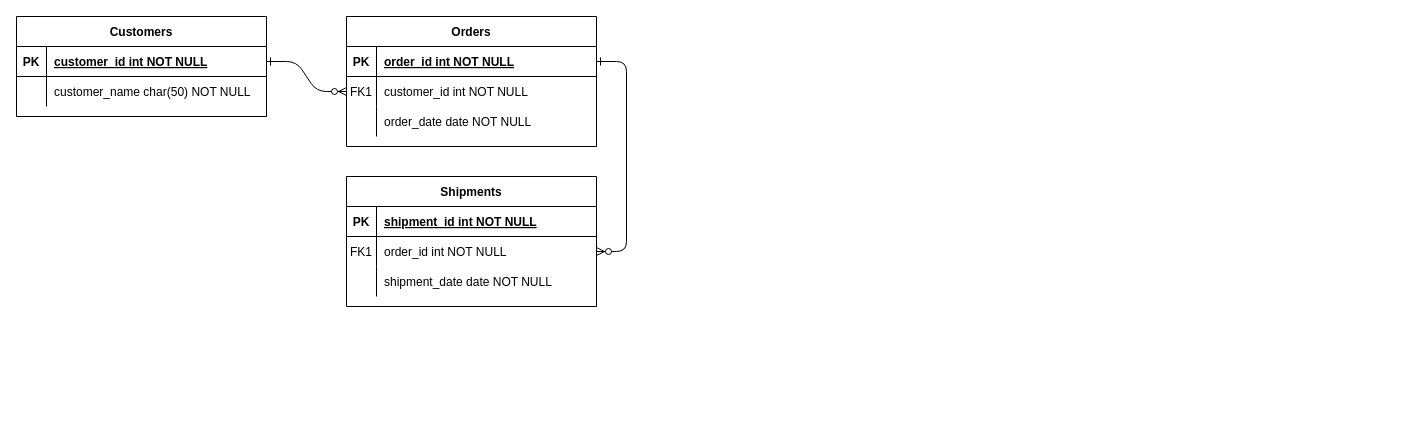
Above: ER-rail.drawio in Lxlorange/drawio (draw.io), before the change. Source tidied: cells renumbered, new cells numbered last; positions are measured from the earlier drawing's top-left corner, leaving out a move shared by most shapes. Both pictures are drawn from the tidied source at 100%, with x=0, y=0 at pixel (16, 16).
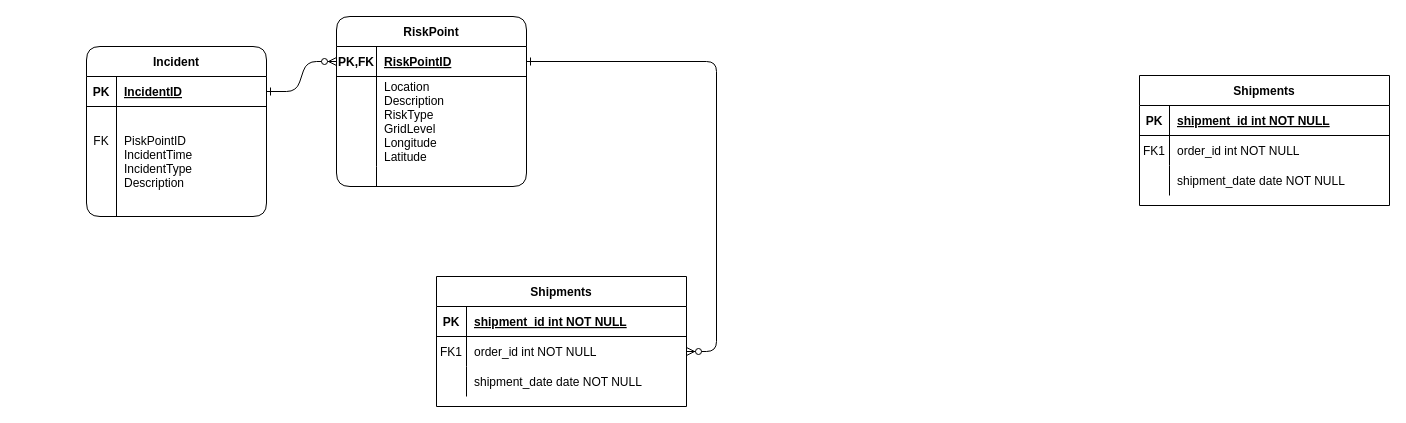
After the change.

What changed in the source:
```diff
@@
-    <mxCell id="2" style="edgeStyle=entityRelationEdgeStyle;endArrow=ERzeroToMany;startArrow=ERone;endFill=1;startFill=0;" parent="1" edge="1" source="25" target="8">
+    <mxCell id="2" style="edgeStyle=entityRelationEdgeStyle;endArrow=ERzeroToMany;startArrow=ERone;endFill=1;startFill=0;" parent="1" edge="1" source="25" target="5">
       <mxGeometry relative="1" as="geometry" />
     </mxCell>
@@
-    <mxCell id="4" value="Orders" style="shape=table;startSize=30;childLayout=tableLayout;rowLines=0;fontStyle=1;align=center;" parent="1" vertex="1">
-      <mxGeometry x="330" width="250" height="130" as="geometry" />
+    <mxCell id="4" value="RiskPoint" style="shape=table;startSize=30;childLayout=tableLayout;rowLines=0;fontStyle=1;align=center;rounded=1;" parent="1" vertex="1">
+      <mxGeometry x="320" width="190" height="170" as="geometry" />
     </mxCell>
     <mxCell id="5" style="shape=partialRectangle;fillColor=none;points=[[0,0.5],[1,0.5]];portConstraint=eastwest;top=0;left=0;right=0;bottom=1;" parent="4" vertex="1">
-      <mxGeometry y="30" width="250" height="30" as="geometry" />
+      <mxGeometry y="30" width="190" height="30" as="geometry" />
     </mxCell>
-    <mxCell id="6" value="PK" style="shape=partialRectangle;overflow=hidden;fillColor=none;top=0;left=0;bottom=0;right=0;fontStyle=1;" parent="5" vertex="1">
-      <mxGeometry width="30" height="30" as="geometry" />
+    <mxCell id="6" value="PK,FK" style="shape=partialRectangle;overflow=hidden;fillColor=none;top=0;left=0;bottom=0;right=0;fontStyle=1;" parent="5" vertex="1">
+      <mxGeometry width="40" height="30" as="geometry" />
     </mxCell>
-    <mxCell id="7" value="order_id int NOT NULL " style="shape=partialRectangle;overflow=hidden;fillColor=none;top=0;left=0;bottom=0;right=0;align=left;spacingLeft=6;fontStyle=5;" parent="5" vertex="1">
-      <mxGeometry x="30" width="220" height="30" as="geometry" />
+    <mxCell id="7" value="RiskPointID" style="shape=partialRectangle;overflow=hidden;fillColor=none;top=0;left=0;bottom=0;right=0;align=left;spacingLeft=6;fontStyle=5;" parent="5" vertex="1">
+      <mxGeometry x="40" width="150" height="30" as="geometry" />
     </mxCell>
     <mxCell id="8" style="shape=partialRectangle;fillColor=none;points=[[0,0.5],[1,0.5]];portConstraint=eastwest;top=0;left=0;right=0;bottom=0;" parent="4" vertex="1">
-      <mxGeometry y="60" width="250" height="30" as="geometry" />
+      <mxGeometry y="60" width="190" height="90" as="geometry" />
     </mxCell>
-    <mxCell id="9" value="FK1" style="shape=partialRectangle;overflow=hidden;fillColor=none;top=0;left=0;bottom=0;right=0;" parent="8" vertex="1">
-      <mxGeometry width="30" height="30" as="geometry" />
+    <mxCell id="9" style="shape=partialRectangle;overflow=hidden;fillColor=none;top=0;left=0;bottom=0;right=0;" parent="8" vertex="1">
+      <mxGeometry width="40" height="90" as="geometry" />
     </mxCell>
-    <mxCell id="10" value="customer_id int NOT NULL" style="shape=partialRectangle;overflow=hidden;fillColor=none;top=0;left=0;bottom=0;right=0;align=left;spacingLeft=6;" parent="8" vertex="1">
-      <mxGeometry x="30" width="220" height="30" as="geometry" />
+    <mxCell id="10" value="Location&#10;Description&#10;RiskType&#10;GridLevel&#10;Longitude&#10;Latitude" style="shape=partialRectangle;overflow=hidden;fillColor=none;top=0;left=0;bottom=0;right=0;align=left;spacingLeft=6;" parent="8" vertex="1">
+      <mxGeometry x="40" width="150" height="90" as="geometry" />
     </mxCell>
     <mxCell id="11" style="shape=partialRectangle;fillColor=none;top=0;left=0;right=0;bottom=0;" parent="4" vertex="1">
-      <mxGeometry y="90" width="250" height="30" as="geometry" />
+      <mxGeometry y="150" width="190" height="20" as="geometry" />
     </mxCell>
     <mxCell id="12" style="shape=partialRectangle;overflow=hidden;fillColor=none;top=0;left=0;bottom=0;right=0;" parent="11" vertex="1">
-      <mxGeometry width="30" height="30" as="geometry" />
+      <mxGeometry width="40" height="20" as="geometry" />
     </mxCell>
-    <mxCell id="13" value="order_date date NOT NULL" style="shape=partialRectangle;overflow=hidden;fillColor=none;top=0;left=0;bottom=0;right=0;align=left;spacingLeft=6;" parent="11" vertex="1">
-      <mxGeometry x="30" width="220" height="30" as="geometry" />
+    <mxCell id="13" style="shape=partialRectangle;overflow=hidden;fillColor=none;top=0;left=0;bottom=0;right=0;align=left;spacingLeft=6;" parent="11" vertex="1">
+      <mxGeometry x="40" width="150" height="20" as="geometry" />
     </mxCell>
     <mxCell id="14" value="Shipments" style="shape=table;startSize=30;childLayout=tableLayout;rowLines=0;fontStyle=1;align=center;" parent="1" vertex="1">
-      <mxGeometry x="330" y="160" width="250" height="130" as="geometry" />
+      <mxGeometry x="420" y="260" width="250" height="130" as="geometry" />
     </mxCell>
@@
-    <mxCell id="24" value="Customers" style="shape=table;startSize=30;childLayout=tableLayout;rowLines=0;fontStyle=1;align=center;" parent="1" vertex="1">
-      <mxGeometry width="250" height="100" as="geometry" />
+    <mxCell id="24" value="Incident" style="shape=table;startSize=30;childLayout=tableLayout;rowLines=0;fontStyle=1;align=center;rounded=1;" parent="1" vertex="1">
+      <mxGeometry x="70" y="30" width="180" height="170" as="geometry" />
     </mxCell>
     <mxCell id="25" style="shape=partialRectangle;fillColor=none;points=[[0,0.5],[1,0.5]];portConstraint=eastwest;top=0;left=0;right=0;bottom=1;" parent="24" vertex="1">
-      <mxGeometry y="30" width="250" height="30" as="geometry" />
+      <mxGeometry y="30" width="180" height="30" as="geometry" />
     </mxCell>
@@
-    <mxCell id="27" value="customer_id int NOT NULL " style="shape=partialRectangle;overflow=hidden;fillColor=none;top=0;left=0;bottom=0;right=0;align=left;spacingLeft=6;fontStyle=5;" parent="25" vertex="1">
-      <mxGeometry x="30" width="220" height="30" as="geometry" />
+    <mxCell id="27" value="IncidentID" style="shape=partialRectangle;overflow=hidden;fillColor=none;top=0;left=0;bottom=0;right=0;align=left;spacingLeft=6;fontStyle=5;" parent="25" vertex="1">
+      <mxGeometry x="30" width="150" height="30" as="geometry" />
     </mxCell>
     <mxCell id="28" style="shape=partialRectangle;fillColor=none;top=0;left=0;right=0;bottom=0;" parent="24" vertex="1">
-      <mxGeometry y="60" width="250" height="30" as="geometry" />
+      <mxGeometry y="60" width="180" height="110" as="geometry" />
     </mxCell>
-    <mxCell id="29" style="shape=partialRectangle;overflow=hidden;fillColor=none;top=0;left=0;bottom=0;right=0;" parent="28" vertex="1">
-      <mxGeometry width="30" height="30" as="geometry" />
+    <mxCell id="29" value="FK&#10;&#10;&#10;" style="shape=partialRectangle;overflow=hidden;fillColor=none;top=0;left=0;bottom=0;right=0;" parent="28" vertex="1">
+      <mxGeometry width="30" height="110" as="geometry" />
     </mxCell>
-    <mxCell id="30" value="customer_name char(50) NOT NULL" style="shape=partialRectangle;overflow=hidden;fillColor=none;top=0;left=0;bottom=0;right=0;align=left;spacingLeft=6;" parent="28" vertex="1">
-      <mxGeometry x="30" width="220" height="30" as="geometry" />
+    <mxCell id="30" value="PiskPointID&#10;IncidentTime&#10;IncidentType&#10;Description" style="shape=partialRectangle;overflow=hidden;fillColor=none;top=0;left=0;bottom=0;right=0;align=left;spacingLeft=6;" parent="28" vertex="1">
+      <mxGeometry x="30" width="150" height="110" as="geometry" />
     </mxCell>
+    <mxCell id="31" value="Shipments" style="shape=table;startSize=30;childLayout=tableLayout;rowLines=0;fontStyle=1;align=center;" parent="1" vertex="1">
+      <mxGeometry x="1123" y="59" width="250" height="130" as="geometry" />
+    </mxCell>
+    <mxCell id="32" style="shape=partialRectangle;fillColor=none;top=0;left=0;right=0;bottom=1;" parent="31" vertex="1">
+      <mxGeometry y="30" width="250" height="30" as="geometry" />
+    </mxCell>
+    <mxCell id="33" value="PK" style="shape=partialRectangle;overflow=hidden;fillColor=none;top=0;left=0;bottom=0;right=0;fontStyle=1;" parent="32" vertex="1">
+      <mxGeometry width="30" height="30" as="geometry" />
+    </mxCell>
+    <mxCell id="34" value="shipment_id int NOT NULL " style="shape=partialRectangle;overflow=hidden;fillColor=none;top=0;left=0;bottom=0;right=0;align=left;spacingLeft=6;fontStyle=5;" parent="32" vertex="1">
+      <mxGeometry x="30" width="220" height="30" as="geometry" />
+    </mxCell>
+    <mxCell id="35" style="shape=partialRectangle;fillColor=none;top=0;left=0;right=0;bottom=0;" parent="31" vertex="1">
+      <mxGeometry y="60" width="250" height="30" as="geometry" />
+    </mxCell>
+    <mxCell id="36" value="FK1" style="shape=partialRectangle;overflow=hidden;fillColor=none;top=0;left=0;bottom=0;right=0;" parent="35" vertex="1">
+      <mxGeometry width="30" height="30" as="geometry" />
+    </mxCell>
+    <mxCell id="37" value="order_id int NOT NULL" style="shape=partialRectangle;overflow=hidden;fillColor=none;top=0;left=0;bottom=0;right=0;align=left;spacingLeft=6;" parent="35" vertex="1">
+      <mxGeometry x="30" width="220" height="30" as="geometry" />
+    </mxCell>
+    <mxCell id="38" style="shape=partialRectangle;fillColor=none;top=0;left=0;right=0;bottom=0;" parent="31" vertex="1">
+      <mxGeometry y="90" width="250" height="30" as="geometry" />
+    </mxCell>
+    <mxCell id="39" style="shape=partialRectangle;overflow=hidden;fillColor=none;top=0;left=0;bottom=0;right=0;" parent="38" vertex="1">
+      <mxGeometry width="30" height="30" as="geometry" />
+    </mxCell>
+    <mxCell id="40" value="shipment_date date NOT NULL" style="shape=partialRectangle;overflow=hidden;fillColor=none;top=0;left=0;bottom=0;right=0;align=left;spacingLeft=6;" parent="38" vertex="1">
+      <mxGeometry x="30" width="220" height="30" as="geometry" />
+    </mxCell>
```
